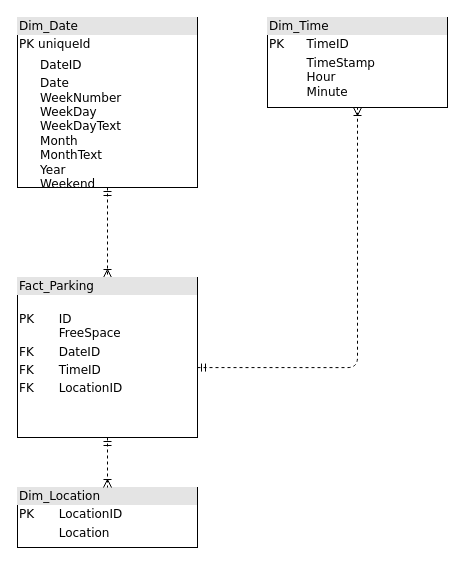
The draw.io diagram StavPark.drawio in sgsakseid/StavPark, before the edit. Source tidied: cells renumbered, new cells numbered last; positions are measured from the earlier drawing's top-left corner, leaving out a move shared by most shapes. Both pictures are drawn from the tidied source at 100%, with x=0, y=0 at pixel (17, 17).
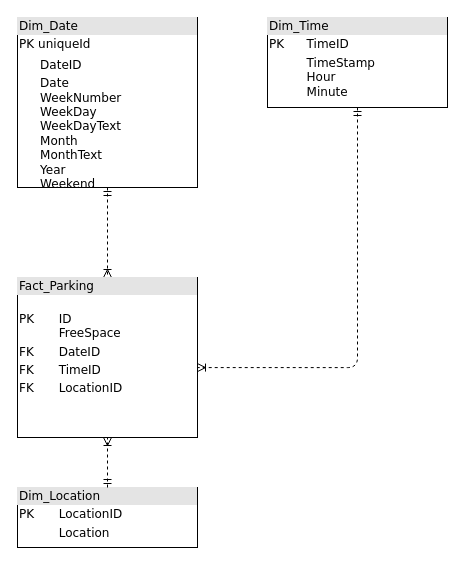
The same diagram, later.

The edit, as a diff of the source:
```diff
@@
 <mxGraphModel>
   <root>
     <mxCell id="0" />
     <mxCell id="1" parent="0" />
     <mxCell id="2" style="edgeStyle=orthogonalEdgeStyle;html=1;entryX=0.5;entryY=0;dashed=1;labelBackgroundColor=none;startArrow=ERmandOne;endArrow=ERoneToMany;fontFamily=Verdana;fontSize=12;align=left;entryDx=0;entryDy=0;entryPerimeter=0;exitX=0.5;exitY=1;exitDx=0;exitDy=0;" parent="1" edge="1" source="8" target="6">
       <mxGeometry relative="1" as="geometry" />
     </mxCell>
-    <mxCell id="3" style="edgeStyle=orthogonalEdgeStyle;html=1;dashed=1;labelBackgroundColor=none;startArrow=ERmandOne;endArrow=ERoneToMany;fontFamily=Verdana;fontSize=12;align=left;exitX=1;exitY=0.563;exitDx=0;exitDy=0;exitPerimeter=0;entryX=0.5;entryY=1;entryDx=0;entryDy=0;" parent="1" edge="1" source="6" target="7">
+    <mxCell id="3" style="edgeStyle=orthogonalEdgeStyle;html=1;dashed=1;labelBackgroundColor=none;startArrow=ERmandOne;endArrow=ERoneToMany;fontFamily=Verdana;fontSize=12;align=left;exitX=0.5;exitY=1;exitDx=0;exitDy=0;entryX=1;entryY=0.563;entryDx=0;entryDy=0;entryPerimeter=0;" parent="1" edge="1" source="7" target="6">
       <mxGeometry relative="1" as="geometry">
         <Array as="points">
           <mxPoint x="340" y="350" />
         </Array>
       </mxGeometry>
     </mxCell>
     <mxCell id="4" value="&lt;div style=&quot;box-sizing: border-box ; width: 100% ; background: #e4e4e4 ; padding: 2px&quot;&gt;Dim_Location&lt;/div&gt;&lt;table style=&quot;width: 100% ; font-size: 1em&quot; cellpadding=&quot;2&quot; cellspacing=&quot;0&quot;&gt;&lt;tbody&gt;&lt;tr&gt;&lt;td&gt;PK&lt;/td&gt;&lt;td&gt;LocationID&lt;/td&gt;&lt;/tr&gt;&lt;tr&gt;&lt;td&gt;&lt;br&gt;&lt;/td&gt;&lt;td&gt;Location&lt;/td&gt;&lt;/tr&gt;&lt;/tbody&gt;&lt;/table&gt;" style="verticalAlign=top;align=left;overflow=fill;html=1;rounded=0;shadow=0;comic=0;labelBackgroundColor=none;strokeWidth=1;fontFamily=Verdana;fontSize=12;" parent="1" vertex="1">
       <mxGeometry y="470" width="180" height="60" as="geometry" />
     </mxCell>
-    <mxCell id="5" style="edgeStyle=orthogonalEdgeStyle;html=1;entryX=0.5;entryY=0;labelBackgroundColor=none;startArrow=ERmandOne;endArrow=ERoneToMany;fontFamily=Verdana;fontSize=12;align=left;dashed=1;" parent="1" edge="1" source="6" target="4">
+    <mxCell id="5" style="edgeStyle=orthogonalEdgeStyle;html=1;labelBackgroundColor=none;startArrow=ERmandOne;endArrow=ERoneToMany;fontFamily=Verdana;fontSize=12;align=left;dashed=1;exitX=0.5;exitY=0;exitDx=0;exitDy=0;" parent="1" edge="1" source="4" target="6">
       <mxGeometry relative="1" as="geometry" />
     </mxCell>
     <mxCell id="6" value="&lt;div style=&quot;box-sizing: border-box ; width: 100% ; background: #e4e4e4 ; padding: 2px&quot;&gt;Fact_Parking&lt;/div&gt;&lt;table style=&quot;width: 100% ; font-size: 1em&quot; cellpadding=&quot;2&quot; cellspacing=&quot;0&quot;&gt;&lt;tbody&gt;&lt;tr&gt;&lt;td&gt;PK&lt;/td&gt;&lt;td&gt;&lt;br&gt;ID&lt;br&gt;FreeSpace&lt;/td&gt;&lt;/tr&gt;&lt;tr&gt;&lt;td&gt;FK&lt;/td&gt;&lt;td&gt;DateID&lt;/td&gt;&lt;/tr&gt;&lt;tr&gt;&lt;td&gt;FK&lt;/td&gt;&lt;td&gt;TimeID&lt;/td&gt;&lt;/tr&gt;&lt;tr&gt;&lt;td&gt;FK&lt;/td&gt;&lt;td&gt;LocationID&lt;/td&gt;&lt;/tr&gt;&lt;/tbody&gt;&lt;/table&gt;" style="verticalAlign=top;align=left;overflow=fill;html=1;rounded=0;shadow=0;comic=0;labelBackgroundColor=none;strokeWidth=1;fontFamily=Verdana;fontSize=12;" parent="1" vertex="1">
       <mxGeometry y="260" width="180" height="160" as="geometry" />
     </mxCell>
     <mxCell id="7" value="&lt;div style=&quot;box-sizing: border-box ; width: 100% ; background: #e4e4e4 ; padding: 2px&quot;&gt;Dim_Time&lt;/div&gt;&lt;table style=&quot;width: 100% ; font-size: 1em&quot; cellpadding=&quot;2&quot; cellspacing=&quot;0&quot;&gt;&lt;tbody&gt;&lt;tr&gt;&lt;td&gt;PK&lt;/td&gt;&lt;td&gt;TimeID&lt;/td&gt;&lt;/tr&gt;&lt;tr&gt;&lt;td&gt;&lt;/td&gt;&lt;td&gt;TimeStamp&lt;br&gt;Hour&lt;br&gt;Minute&lt;br&gt;&lt;/td&gt;&lt;/tr&gt;&lt;tr&gt;&lt;td&gt;&lt;/td&gt;&lt;td&gt;&lt;br&gt;&lt;/td&gt;&lt;/tr&gt;&lt;tr&gt;&lt;td&gt;&lt;/td&gt;&lt;td&gt;&lt;br&gt;&lt;/td&gt;&lt;/tr&gt;&lt;/tbody&gt;&lt;/table&gt;" style="verticalAlign=top;align=left;overflow=fill;html=1;rounded=0;shadow=0;comic=0;labelBackgroundColor=none;strokeWidth=1;fontFamily=Verdana;fontSize=12;" parent="1" vertex="1">
       <mxGeometry x="250" width="180" height="90" as="geometry" />
     </mxCell>
     <mxCell id="8" value="&lt;div style=&quot;box-sizing: border-box ; width: 100% ; background: #e4e4e4 ; padding: 2px&quot;&gt;Dim_Date&lt;br&gt;&lt;/div&gt;&lt;table style=&quot;width: 100% ; font-size: 1em&quot; cellpadding=&quot;2&quot; cellspacing=&quot;0&quot;&gt;&lt;tbody&gt;&lt;tr&gt;&lt;td&gt;PK&lt;/td&gt;&lt;td&gt;uniqueId&lt;/td&gt;&lt;/tr&gt;&lt;tr&gt;&lt;td&gt;&lt;br&gt;&lt;/td&gt;&lt;td&gt;&lt;table cellpadding=&quot;2&quot; cellspacing=&quot;0&quot; style=&quot;font-size: 1em ; width: 176px&quot;&gt;&lt;tbody&gt;&lt;tr&gt;&lt;td&gt;DateID&lt;/td&gt;&lt;/tr&gt;&lt;tr&gt;&lt;td&gt;Date&lt;br&gt;WeekNumber&lt;br&gt;WeekDay&lt;br&gt;WeekDayText&lt;br&gt;Month&lt;br&gt;MonthText&lt;br&gt;Year&lt;br&gt;Weekend&lt;br&gt;&lt;/td&gt;&lt;td&gt;&lt;br&gt;&lt;/td&gt;&lt;/tr&gt;&lt;/tbody&gt;&lt;/table&gt;&lt;/td&gt;&lt;/tr&gt;&lt;/tbody&gt;&lt;/table&gt;" style="verticalAlign=top;align=left;overflow=fill;html=1;rounded=0;shadow=0;comic=0;labelBackgroundColor=none;strokeWidth=1;fontFamily=Verdana;fontSize=12;" parent="1" vertex="1">
       <mxGeometry width="180" height="170" as="geometry" />
     </mxCell>
   </root>
 </mxGraphModel>
```
